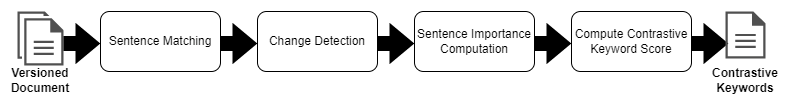
LukasEder1/CKE_streamlit keeps this draw.io diagram as updated_pipeline.png. Above is the earlier version. Source tidied: cells renumbered, new cells last; positions are measured from the earlier drawing's top-left corner, leaving out a move shared by most shapes.
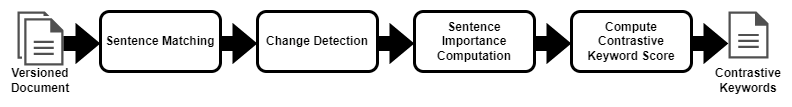
Above is the later version.

The edit, as a diff of the source:
```diff
@@ -8,22 +8,22 @@
     <mxCell id="3" value="&lt;b&gt;Versioned Document&lt;/b&gt;" style="text;html=1;strokeColor=none;fillColor=none;align=center;verticalAlign=middle;whiteSpace=wrap;rounded=0;" parent="1" vertex="1">
       <mxGeometry y="54" width="60" height="30" as="geometry" />
     </mxCell>
-    <mxCell id="4" style="rounded=1;whiteSpace=wrap;html=1;" parent="1" vertex="1">
+    <mxCell id="4" style="rounded=1;whiteSpace=wrap;html=1;strokeWidth=3;" parent="1" vertex="1">
       <mxGeometry x="90" width="120" height="60" as="geometry" />
     </mxCell>
-    <mxCell id="5" value="Sentence Matching" style="text;html=1;strokeColor=none;fillColor=none;align=center;verticalAlign=middle;whiteSpace=wrap;rounded=0;" parent="1" vertex="1">
+    <mxCell id="5" value="&lt;b&gt;Sentence Matching&lt;/b&gt;" style="text;html=1;strokeColor=none;fillColor=none;align=center;verticalAlign=middle;whiteSpace=wrap;rounded=0;" parent="1" vertex="1">
       <mxGeometry x="90" width="120" height="60" as="geometry" />
     </mxCell>
-    <mxCell id="6" style="rounded=1;whiteSpace=wrap;html=1;" parent="1" vertex="1">
+    <mxCell id="6" style="rounded=1;whiteSpace=wrap;html=1;strokeWidth=3;" parent="1" vertex="1">
       <mxGeometry x="247" width="120" height="60" as="geometry" />
     </mxCell>
-    <mxCell id="7" value="Change Detection" style="text;html=1;strokeColor=none;fillColor=none;align=center;verticalAlign=middle;whiteSpace=wrap;rounded=0;" parent="1" vertex="1">
+    <mxCell id="7" value="&lt;b&gt;Change Detection&lt;/b&gt;" style="text;html=1;strokeColor=none;fillColor=none;align=center;verticalAlign=middle;whiteSpace=wrap;rounded=0;" parent="1" vertex="1">
       <mxGeometry x="247" width="120" height="60" as="geometry" />
     </mxCell>
-    <mxCell id="8" style="rounded=1;whiteSpace=wrap;html=1;" parent="1" vertex="1">
+    <mxCell id="8" style="rounded=1;whiteSpace=wrap;html=1;strokeWidth=3;" parent="1" vertex="1">
       <mxGeometry x="404" width="120" height="60" as="geometry" />
     </mxCell>
-    <mxCell id="9" value="Sentence Importance Computation" style="text;html=1;strokeColor=none;fillColor=none;align=center;verticalAlign=middle;whiteSpace=wrap;rounded=0;" parent="1" vertex="1">
+    <mxCell id="9" value="&lt;b&gt;Sentence Importance Computation&lt;/b&gt;" style="text;html=1;strokeColor=none;fillColor=none;align=center;verticalAlign=middle;whiteSpace=wrap;rounded=0;" parent="1" vertex="1">
       <mxGeometry x="404" width="120" height="60" as="geometry" />
     </mxCell>
     <mxCell id="10" style="shape=flexArrow;endArrow=classic;html=1;rounded=0;strokeColor=#000000;strokeWidth=3;fillColor=#000000;" parent="1" edge="1">
@@ -44,10 +44,10 @@
         <mxPoint x="403" y="32" as="targetPoint" />
       </mxGeometry>
     </mxCell>
-    <mxCell id="13" style="rounded=1;whiteSpace=wrap;html=1;" parent="1" vertex="1">
+    <mxCell id="13" style="rounded=1;whiteSpace=wrap;html=1;strokeWidth=3;" parent="1" vertex="1">
       <mxGeometry x="561" width="120" height="60" as="geometry" />
     </mxCell>
-    <mxCell id="14" value="Compute Contrastive Keyword Score" style="text;html=1;strokeColor=none;fillColor=none;align=center;verticalAlign=middle;whiteSpace=wrap;rounded=0;" parent="1" vertex="1">
+    <mxCell id="14" value="&lt;b&gt;Compute Contrastive Keyword Score&lt;/b&gt;" style="text;html=1;strokeColor=none;fillColor=none;align=center;verticalAlign=middle;whiteSpace=wrap;rounded=0;" parent="1" vertex="1">
       <mxGeometry x="561" width="120" height="60" as="geometry" />
     </mxCell>
     <mxCell id="15" style="shape=flexArrow;endArrow=classic;html=1;rounded=0;strokeColor=#000000;strokeWidth=3;fillColor=#000000;" parent="1" edge="1">
@@ -63,10 +63,10 @@
       </mxGeometry>
     </mxCell>
     <mxCell id="17" value="&lt;b&gt;Contrastive Keywords&lt;/b&gt;" style="text;html=1;strokeColor=none;fillColor=none;align=center;verticalAlign=middle;whiteSpace=wrap;rounded=0;" parent="1" vertex="1">
-      <mxGeometry x="705" y="54" width="60" height="30" as="geometry" />
+      <mxGeometry x="708" y="54" width="60" height="30" as="geometry" />
     </mxCell>
     <mxCell id="18" style="sketch=0;shadow=0;dashed=0;html=1;strokeColor=none;fillColor=#505050;labelPosition=center;verticalLabelPosition=bottom;verticalAlign=top;align=center;shape=mxgraph.office.concepts.document;strokeWidth=2;" parent="1" vertex="1">
-      <mxGeometry x="715" width="40" height="47" as="geometry" />
+      <mxGeometry x="718" width="40" height="47" as="geometry" />
     </mxCell>
   </root>
 </mxGraphModel>
```
